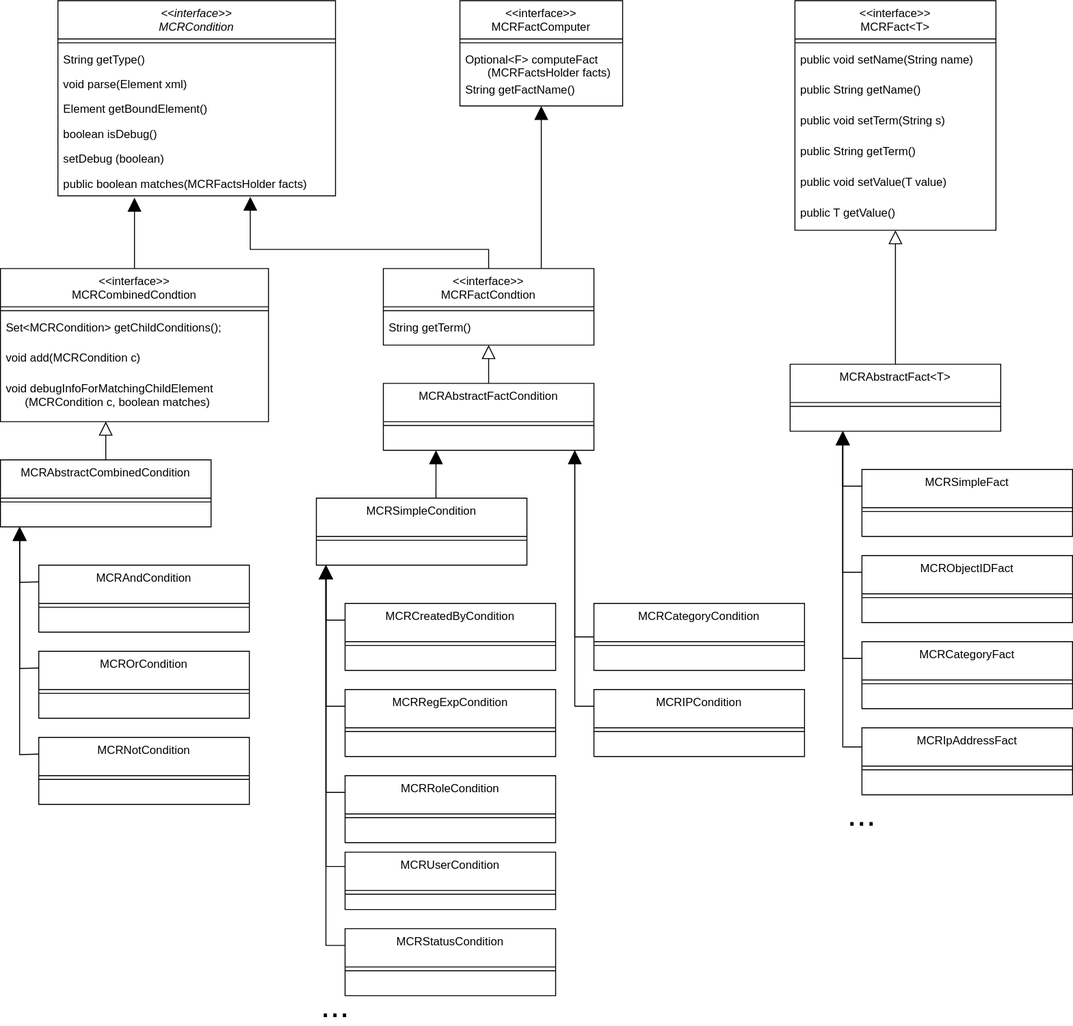
Earlier version of the draw.io export mycore.org/static/images/documentation/permissions/classdiagram_factbased_access_system.svg (MyCoRe-Org/mycore-website). Source tidied: cells renumbered, new cells last; positions are measured from the earlier drawing's top-left corner, leaving out a move shared by most shapes.
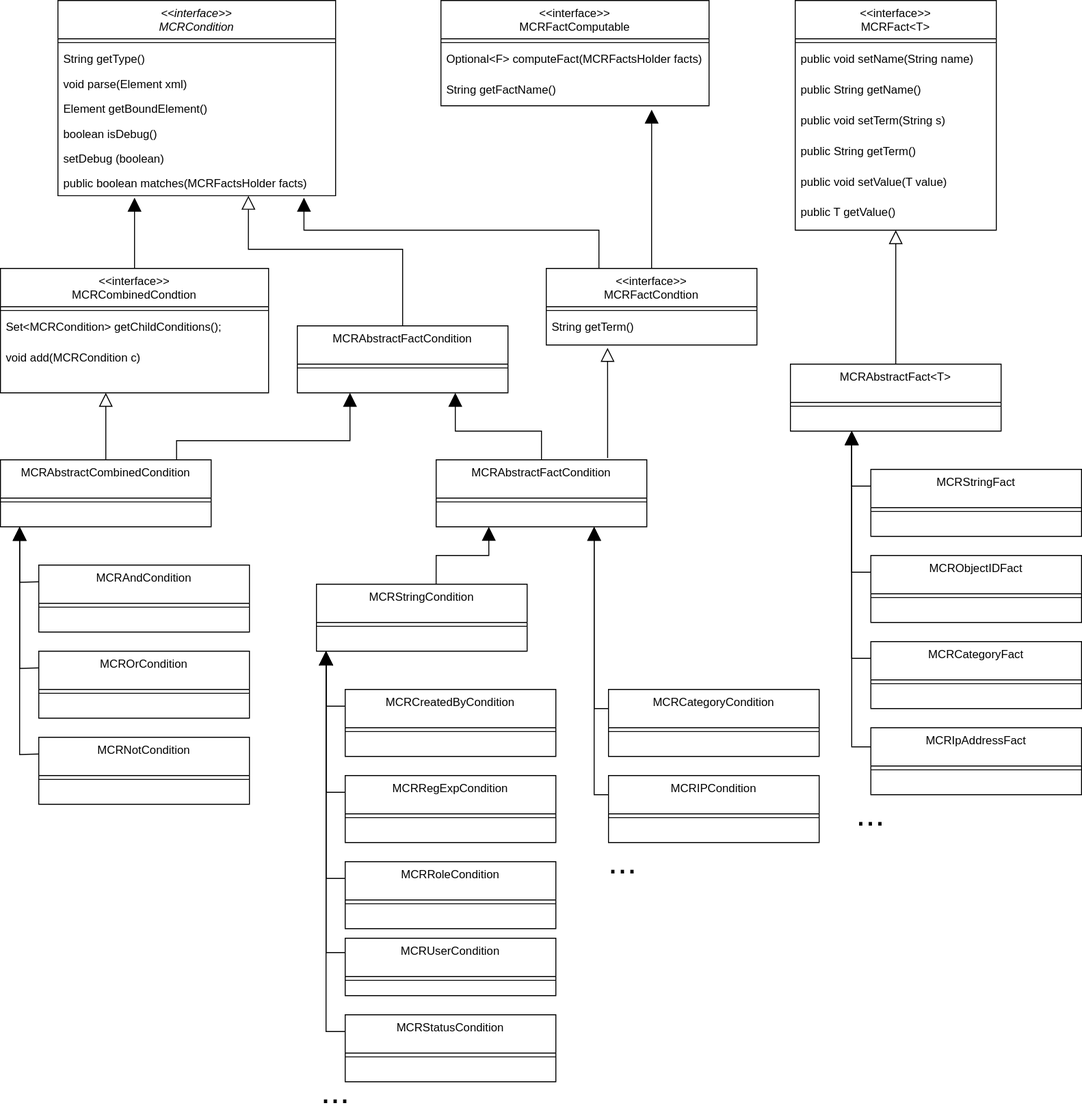
After the commit.

Commit message:
update class diagram for fact-based access system

Diff of the diagram source:
```diff
@@ -29,3 +29,3 @@
     <mxCell id="10" value="&lt;&lt;interface&gt;&gt;&#10;MCRCombinedCondtion&#10;" style="swimlane;fontStyle=0;align=center;verticalAlign=top;horizontal=1;startSize=40;rounded=0;shadow=0;strokeWidth=1;" parent="1" vertex="1">
-      <mxGeometry y="280" width="280" height="160" as="geometry" />
+      <mxGeometry y="280" width="280" height="130" as="geometry" />
     </mxCell>
@@ -40,5 +40,2 @@
     </mxCell>
-    <mxCell id="14" value="void debugInfoForMatchingChildElement&#10;      (MCRCondition c, boolean matches)&#10;" style="text;align=left;verticalAlign=top;spacingLeft=4;spacingRight=4;overflow=hidden;fontStyle=0;" parent="10" vertex="1">
-      <mxGeometry y="112" width="280" height="40" as="geometry" />
-    </mxCell>
     <mxCell id="15" style="endArrow=block;endSize=12;endFill=1;shadow=0;strokeWidth=1;rounded=0;edgeStyle=elbowEdgeStyle;elbow=vertical;exitX=0.5;exitY=0;exitDx=0;exitDy=0;" parent="1" edge="1" source="10">
@@ -51,5 +48,7 @@
     </mxCell>
-    <mxCell id="16" style="endArrow=block;endSize=12;endFill=1;shadow=0;strokeWidth=1;rounded=0;edgeStyle=elbowEdgeStyle;elbow=vertical;exitX=0.5;exitY=0;exitDx=0;exitDy=0;entryX=0.693;entryY=1.038;entryDx=0;entryDy=0;entryPerimeter=0;" parent="1" edge="1" source="17" target="9">
+    <mxCell id="16" style="endArrow=block;endSize=12;endFill=1;shadow=0;strokeWidth=1;rounded=0;edgeStyle=elbowEdgeStyle;elbow=vertical;exitX=0.25;exitY=0;exitDx=0;exitDy=0;entryX=0.886;entryY=1.077;entryDx=0;entryDy=0;entryPerimeter=0;" parent="1" edge="1" source="17" target="9">
       <mxGeometry relative="1" as="geometry">
         <Array as="points">
+          <mxPoint x="480" y="240" />
+          <mxPoint x="310" y="240" />
           <mxPoint x="330" y="260" />
@@ -59,3 +58,3 @@
     <mxCell id="17" value="&lt;&lt;interface&gt;&gt;&#10;MCRFactCondtion&#10;" style="swimlane;fontStyle=0;align=center;verticalAlign=top;horizontal=1;startSize=40;rounded=0;shadow=0;strokeWidth=1;" parent="1" vertex="1">
-      <mxGeometry x="400" y="280" width="220" height="80" as="geometry" />
+      <mxGeometry x="570" y="280" width="220" height="80" as="geometry" />
     </mxCell>
@@ -67,2 +66,10 @@
     </mxCell>
+    <mxCell id="89" style="edgeStyle=orthogonalEdgeStyle;rounded=0;jettySize=auto;html=1;entryX=0.25;entryY=1;entryDx=0;entryDy=0;endArrow=block;endFill=1;endSize=12;exitX=0.836;exitY=0;exitDx=0;exitDy=0;exitPerimeter=0;" parent="1" edge="1" source="20" target="94">
+      <mxGeometry relative="1" as="geometry">
+        <Array as="points">
+          <mxPoint x="184" y="460" />
+          <mxPoint x="365" y="460" />
+        </Array>
+      </mxGeometry>
+    </mxCell>
     <mxCell id="20" value="MCRAbstractCombinedCondition&#10;" style="swimlane;fontStyle=0;align=center;verticalAlign=top;horizontal=1;startSize=40;rounded=0;shadow=0;strokeWidth=1;" parent="1" vertex="1">
@@ -73,17 +80,20 @@
     </mxCell>
-    <mxCell id="22" value="&lt;&lt;interface&gt;&gt;&#10;MCRFactComputer&#10;" style="swimlane;fontStyle=0;align=center;verticalAlign=top;horizontal=1;startSize=40;rounded=0;shadow=0;strokeWidth=1;" parent="1" vertex="1">
-      <mxGeometry x="480" width="170" height="110" as="geometry" />
+    <mxCell id="22" value="&lt;&lt;interface&gt;&gt;&#10;MCRFactComputable&#10;" style="swimlane;fontStyle=0;align=center;verticalAlign=top;horizontal=1;startSize=40;rounded=0;shadow=0;strokeWidth=1;" parent="1" vertex="1">
+      <mxGeometry x="460" width="280" height="110" as="geometry" />
     </mxCell>
     <mxCell id="23" style="line;html=1;strokeWidth=1;align=left;verticalAlign=middle;spacingTop=-1;spacingLeft=3;spacingRight=3;labelPosition=right;" parent="22" vertex="1">
-      <mxGeometry y="40" width="170" height="8" as="geometry" />
+      <mxGeometry y="40" width="280" height="8" as="geometry" />
     </mxCell>
-    <mxCell id="24" value="Optional&lt;F&gt; computeFact&#10;       (MCRFactsHolder facts)" style="text;align=left;verticalAlign=top;spacingLeft=4;spacingRight=4;overflow=hidden;fontStyle=0;" parent="22" vertex="1">
-      <mxGeometry y="48" width="170" height="32" as="geometry" />
+    <mxCell id="24" value="Optional&lt;F&gt; computeFact(MCRFactsHolder facts)" style="text;align=left;verticalAlign=top;spacingLeft=4;spacingRight=4;overflow=hidden;fontStyle=0;" parent="22" vertex="1">
+      <mxGeometry y="48" width="280" height="32" as="geometry" />
     </mxCell>
     <mxCell id="25" value="String getFactName()" style="text;align=left;verticalAlign=top;spacingLeft=4;spacingRight=4;overflow=hidden;points=[[0,0.5],[1,0.5]];portConstraint=eastwest;fontStyle=0;" parent="22" vertex="1">
-      <mxGeometry y="80" width="170" height="30" as="geometry" />
+      <mxGeometry y="80" width="280" height="30" as="geometry" />
     </mxCell>
-    <mxCell id="26" style="endArrow=block;endSize=12;endFill=1;shadow=0;strokeWidth=1;rounded=0;edgeStyle=elbowEdgeStyle;elbow=vertical;entryX=0.5;entryY=1;entryDx=0;entryDy=0;exitX=0.75;exitY=0;exitDx=0;exitDy=0;" parent="1" edge="1" source="17" target="22">
+    <mxCell id="26" style="endArrow=block;endSize=12;endFill=1;shadow=0;strokeWidth=1;rounded=0;edgeStyle=elbowEdgeStyle;elbow=vertical;entryX=0.786;entryY=1.133;entryDx=0;entryDy=0;exitX=0.5;exitY=0;exitDx=0;exitDy=0;entryPerimeter=0;" parent="1" edge="1" source="17" target="25">
       <mxGeometry relative="1" as="geometry">
         <Array as="points">
+          <mxPoint x="630" y="190" />
+          <mxPoint x="600" y="190" />
+          <mxPoint x="600" y="190" />
           <mxPoint x="440" y="260" />
@@ -120,3 +130,3 @@
       <mxGeometry relative="1" as="geometry">
-        <mxPoint x="110" y="440" as="targetPoint" />
+        <mxPoint x="110" y="410" as="targetPoint" />
       </mxGeometry>
@@ -139,4 +149,7 @@
     </mxCell>
+    <mxCell id="90" style="edgeStyle=orthogonalEdgeStyle;rounded=0;jettySize=auto;html=1;entryX=0.75;entryY=1;entryDx=0;entryDy=0;endArrow=block;endFill=1;endSize=12;" parent="1" edge="1" source="37" target="94">
+      <mxGeometry relative="1" as="geometry" />
+    </mxCell>
     <mxCell id="37" value="MCRAbstractFactCondition&#10;" style="swimlane;fontStyle=0;align=center;verticalAlign=top;horizontal=1;startSize=40;rounded=0;shadow=0;strokeWidth=1;" parent="1" vertex="1">
-      <mxGeometry x="400" y="400" width="220" height="70" as="geometry" />
+      <mxGeometry x="455" y="480" width="220" height="70" as="geometry" />
     </mxCell>
@@ -145,10 +158,15 @@
     </mxCell>
-    <mxCell id="39" style="endArrow=block;endSize=12;endFill=0;shadow=0;strokeWidth=1;rounded=0;edgeStyle=elbowEdgeStyle;elbow=vertical;entryX=0.5;entryY=1;entryDx=0;entryDy=0;exitX=0.5;exitY=0;exitDx=0;exitDy=0;" parent="1" edge="1" source="37" target="17">
+    <mxCell id="39" style="endArrow=block;endSize=12;endFill=0;shadow=0;strokeWidth=1;rounded=0;edgeStyle=elbowEdgeStyle;elbow=vertical;entryX=0.291;entryY=1.094;entryDx=0;entryDy=0;exitX=0.814;exitY=-0.029;exitDx=0;exitDy=0;exitPerimeter=0;entryPerimeter=0;" parent="1" edge="1" source="37" target="19">
       <mxGeometry relative="1" as="geometry" />
     </mxCell>
-    <mxCell id="40" style="edgeStyle=orthogonalEdgeStyle;rounded=0;jettySize=auto;html=1;endArrow=block;endFill=1;entryX=0.25;entryY=1;entryDx=0;entryDy=0;exitX=0.568;exitY=0;exitDx=0;exitDy=0;exitPerimeter=0;endSize=12;" parent="1" edge="1" source="41" target="37">
-      <mxGeometry relative="1" as="geometry" />
+    <mxCell id="40" style="edgeStyle=orthogonalEdgeStyle;rounded=0;jettySize=auto;html=1;endArrow=block;endFill=1;exitX=0.568;exitY=0;exitDx=0;exitDy=0;exitPerimeter=0;endSize=12;entryX=0.25;entryY=1;entryDx=0;entryDy=0;" parent="1" edge="1" source="41" target="37">
+      <mxGeometry relative="1" as="geometry">
+        <Array as="points">
+          <mxPoint x="455" y="580" />
+          <mxPoint x="510" y="580" />
+        </Array>
+      </mxGeometry>
     </mxCell>
-    <mxCell id="41" value="MCRSimpleCondition" style="swimlane;fontStyle=0;align=center;verticalAlign=top;horizontal=1;startSize=40;rounded=0;shadow=0;strokeWidth=1;" parent="1" vertex="1">
-      <mxGeometry x="330" y="520" width="220" height="70" as="geometry" />
+    <mxCell id="41" value="MCRStringCondition" style="swimlane;fontStyle=0;align=center;verticalAlign=top;horizontal=1;startSize=40;rounded=0;shadow=0;strokeWidth=1;" parent="1" vertex="1">
+      <mxGeometry x="330" y="610" width="220" height="70" as="geometry" />
     </mxCell>
@@ -157,9 +175,11 @@
     </mxCell>
-    <mxCell id="43" style="edgeStyle=orthogonalEdgeStyle;rounded=0;jettySize=auto;html=1;endArrow=block;endFill=1;endSize=10;" parent="1" edge="1" source="44">
-      <mxGeometry relative="1" as="geometry">
-        <mxPoint x="600" y="470" as="targetPoint" />
-      </mxGeometry>
-    </mxCell>
+    <mxCell id="91" style="edgeStyle=orthogonalEdgeStyle;rounded=0;jettySize=auto;html=1;entryX=0.75;entryY=1;entryDx=0;entryDy=0;endArrow=block;endFill=0;endSize=12;" parent="1" edge="1" source="44" target="37">
+      <mxGeometry relative="1" as="geometry">
+        <Array as="points">
+          <mxPoint x="620" y="740" />
+        </Array>
+      </mxGeometry>
+    </mxCell>
     <mxCell id="44" value="MCRCategoryCondition" style="swimlane;fontStyle=0;align=center;verticalAlign=top;horizontal=1;startSize=40;rounded=0;shadow=0;strokeWidth=1;" parent="1" vertex="1">
-      <mxGeometry x="620" y="630" width="220" height="70" as="geometry" />
+      <mxGeometry x="635" y="720" width="220" height="70" as="geometry" />
     </mxCell>
@@ -168,9 +188,12 @@
     </mxCell>
-    <mxCell id="46" style="edgeStyle=orthogonalEdgeStyle;rounded=0;jettySize=auto;html=1;endArrow=block;endFill=1;exitX=0;exitY=0.25;exitDx=0;exitDy=0;endSize=12;" parent="1" edge="1" source="47">
-      <mxGeometry relative="1" as="geometry">
-        <mxPoint x="600" y="470" as="targetPoint" />
-      </mxGeometry>
-    </mxCell>
+    <mxCell id="92" style="edgeStyle=orthogonalEdgeStyle;rounded=0;jettySize=auto;html=1;endArrow=block;endFill=1;endSize=12;" parent="1" edge="1" source="47">
+      <mxGeometry relative="1" as="geometry">
+        <mxPoint x="620" y="550" as="targetPoint" />
+        <Array as="points">
+          <mxPoint x="620" y="830" />
+        </Array>
+      </mxGeometry>
+    </mxCell>
     <mxCell id="47" value="MCRIPCondition" style="swimlane;fontStyle=0;align=center;verticalAlign=top;horizontal=1;startSize=40;rounded=0;shadow=0;strokeWidth=1;" parent="1" vertex="1">
-      <mxGeometry x="620" y="720" width="220" height="70" as="geometry" />
+      <mxGeometry x="635" y="810" width="220" height="70" as="geometry" />
     </mxCell>
@@ -181,3 +204,3 @@
       <mxGeometry relative="1" as="geometry">
-        <mxPoint x="340" y="590" as="targetPoint" />
+        <mxPoint x="340" y="680" as="targetPoint" />
       </mxGeometry>
@@ -185,3 +208,3 @@
     <mxCell id="50" value="MCRCreatedByCondition" style="swimlane;fontStyle=0;align=center;verticalAlign=top;horizontal=1;startSize=40;rounded=0;shadow=0;strokeWidth=1;" parent="1" vertex="1">
-      <mxGeometry x="360" y="630" width="220" height="70" as="geometry" />
+      <mxGeometry x="360" y="720" width="220" height="70" as="geometry" />
     </mxCell>
@@ -191,3 +214,3 @@
     <mxCell id="52" value="MCRRegExpCondition" style="swimlane;fontStyle=0;align=center;verticalAlign=top;horizontal=1;startSize=40;rounded=0;shadow=0;strokeWidth=1;" parent="1" vertex="1">
-      <mxGeometry x="360" y="720" width="220" height="70" as="geometry" />
+      <mxGeometry x="360" y="810" width="220" height="70" as="geometry" />
     </mxCell>
@@ -197,3 +220,3 @@
     <mxCell id="54" value="MCRRoleCondition" style="swimlane;fontStyle=0;align=center;verticalAlign=top;horizontal=1;startSize=40;rounded=0;shadow=0;strokeWidth=1;" parent="1" vertex="1">
-      <mxGeometry x="360" y="810" width="220" height="70" as="geometry" />
+      <mxGeometry x="360" y="900" width="220" height="70" as="geometry" />
     </mxCell>
@@ -203,3 +226,3 @@
     <mxCell id="56" value="MCRStatusCondition" style="swimlane;fontStyle=0;align=center;verticalAlign=top;horizontal=1;startSize=40;rounded=0;shadow=0;strokeWidth=1;" parent="1" vertex="1">
-      <mxGeometry x="360" y="970" width="220" height="70" as="geometry" />
+      <mxGeometry x="360" y="1060" width="220" height="70" as="geometry" />
     </mxCell>
@@ -209,3 +232,3 @@
     <mxCell id="58" value="MCRUserCondition" style="swimlane;fontStyle=0;align=center;verticalAlign=top;horizontal=1;startSize=40;rounded=0;shadow=0;strokeWidth=1;" parent="1" vertex="1">
-      <mxGeometry x="360" y="890" width="220" height="60" as="geometry" />
+      <mxGeometry x="360" y="980" width="220" height="60" as="geometry" />
     </mxCell>
@@ -216,3 +239,3 @@
       <mxGeometry relative="1" as="geometry">
-        <mxPoint x="340" y="590" as="targetPoint" />
+        <mxPoint x="340" y="680" as="targetPoint" />
       </mxGeometry>
@@ -221,3 +244,3 @@
       <mxGeometry relative="1" as="geometry">
-        <mxPoint x="340" y="590" as="targetPoint" />
+        <mxPoint x="340" y="680" as="targetPoint" />
       </mxGeometry>
@@ -226,3 +249,3 @@
       <mxGeometry relative="1" as="geometry">
-        <mxPoint x="340" y="590" as="targetPoint" />
+        <mxPoint x="340" y="680" as="targetPoint" />
       </mxGeometry>
@@ -231,3 +254,3 @@
       <mxGeometry relative="1" as="geometry">
-        <mxPoint x="340" y="590" as="targetPoint" />
+        <mxPoint x="340" y="680" as="targetPoint" />
       </mxGeometry>
@@ -272,4 +295,4 @@
     </mxCell>
-    <mxCell id="75" value="MCRSimpleFact" style="swimlane;fontStyle=0;align=center;verticalAlign=top;horizontal=1;startSize=40;rounded=0;shadow=0;strokeWidth=1;" parent="1" vertex="1">
-      <mxGeometry x="900" y="490" width="220" height="70" as="geometry" />
+    <mxCell id="75" value="MCRStringFact" style="swimlane;fontStyle=0;align=center;verticalAlign=top;horizontal=1;startSize=40;rounded=0;shadow=0;strokeWidth=1;" parent="1" vertex="1">
+      <mxGeometry x="909" y="490" width="220" height="70" as="geometry" />
     </mxCell>
@@ -279,3 +302,3 @@
     <mxCell id="77" value="MCRCategoryFact" style="swimlane;fontStyle=0;align=center;verticalAlign=top;horizontal=1;startSize=40;rounded=0;shadow=0;strokeWidth=1;" parent="1" vertex="1">
-      <mxGeometry x="900" y="670" width="220" height="70" as="geometry" />
+      <mxGeometry x="909" y="670" width="220" height="70" as="geometry" />
     </mxCell>
@@ -285,3 +308,3 @@
     <mxCell id="79" value="MCRObjectIDFact" style="swimlane;fontStyle=0;align=center;verticalAlign=top;horizontal=1;startSize=40;rounded=0;shadow=0;strokeWidth=1;" parent="1" vertex="1">
-      <mxGeometry x="900" y="580" width="220" height="70" as="geometry" />
+      <mxGeometry x="909" y="580" width="220" height="70" as="geometry" />
     </mxCell>
@@ -290,15 +313,22 @@
     </mxCell>
-    <mxCell id="81" style="edgeStyle=orthogonalEdgeStyle;rounded=0;jettySize=auto;html=1;endArrow=block;endFill=1;exitX=0;exitY=0.25;exitDx=0;exitDy=0;entryX=0.25;entryY=1;entryDx=0;entryDy=0;endSize=12;" parent="1" edge="1" source="75" target="72">
-      <mxGeometry relative="1" as="geometry" />
+    <mxCell id="81" style="edgeStyle=orthogonalEdgeStyle;rounded=0;jettySize=auto;html=1;endArrow=block;endFill=1;exitX=0;exitY=0.25;exitDx=0;exitDy=0;entryX=0.25;entryY=1;entryDx=0;entryDy=0;endSize=12;" parent="1" edge="1" source="75">
+      <mxGeometry relative="1" as="geometry">
+        <mxPoint x="889" y="450" as="targetPoint" />
+      </mxGeometry>
     </mxCell>
-    <mxCell id="82" style="edgeStyle=orthogonalEdgeStyle;rounded=0;jettySize=auto;html=1;endArrow=block;endFill=1;exitX=0;exitY=0.25;exitDx=0;exitDy=0;entryX=0.25;entryY=1;entryDx=0;entryDy=0;endSize=12;" parent="1" edge="1" source="79" target="72">
-      <mxGeometry relative="1" as="geometry" />
+    <mxCell id="82" style="edgeStyle=orthogonalEdgeStyle;rounded=0;jettySize=auto;html=1;endArrow=block;endFill=1;exitX=0;exitY=0.25;exitDx=0;exitDy=0;entryX=0.25;entryY=1;entryDx=0;entryDy=0;endSize=12;" parent="1" edge="1" source="79">
+      <mxGeometry relative="1" as="geometry">
+        <mxPoint x="889" y="450" as="targetPoint" />
+      </mxGeometry>
     </mxCell>
-    <mxCell id="83" style="edgeStyle=orthogonalEdgeStyle;rounded=0;jettySize=auto;html=1;endArrow=block;endFill=1;exitX=0;exitY=0.25;exitDx=0;exitDy=0;entryX=0.25;entryY=1;entryDx=0;entryDy=0;endSize=12;" parent="1" edge="1" source="77" target="72">
-      <mxGeometry relative="1" as="geometry" />
+    <mxCell id="83" style="edgeStyle=orthogonalEdgeStyle;rounded=0;jettySize=auto;html=1;endArrow=block;endFill=1;exitX=0;exitY=0.25;exitDx=0;exitDy=0;entryX=0.25;entryY=1;entryDx=0;entryDy=0;endSize=12;" parent="1" edge="1" source="77">
+      <mxGeometry relative="1" as="geometry">
+        <mxPoint x="889" y="450" as="targetPoint" />
+      </mxGeometry>
     </mxCell>
-    <mxCell id="84" style="edgeStyle=orthogonalEdgeStyle;rounded=0;jettySize=auto;html=1;entryX=0.25;entryY=1;entryDx=0;entryDy=0;endSize=12;endArrow=block;endFill=1;" parent="1" edge="1" source="85" target="72">
+    <mxCell id="84" style="edgeStyle=orthogonalEdgeStyle;rounded=0;jettySize=auto;html=1;entryX=0.25;entryY=1;entryDx=0;entryDy=0;endSize=12;endArrow=block;endFill=1;" parent="1" edge="1" source="85">
       <mxGeometry relative="1" as="geometry">
+        <mxPoint x="889" y="450" as="targetPoint" />
         <Array as="points">
-          <mxPoint x="880" y="780" />
+          <mxPoint x="889" y="780" />
         </Array>
@@ -307,3 +337,3 @@
     <mxCell id="85" value="MCRIpAddressFact" style="swimlane;fontStyle=0;align=center;verticalAlign=top;horizontal=1;startSize=40;rounded=0;shadow=0;strokeWidth=1;" parent="1" vertex="1">
-      <mxGeometry x="900" y="760" width="220" height="70" as="geometry" />
+      <mxGeometry x="909" y="760" width="220" height="70" as="geometry" />
     </mxCell>
@@ -313,7 +343,24 @@
     <mxCell id="87" value="&lt;font style=&quot;font-size: 36px&quot;&gt;...&lt;/font&gt;" style="text;html=1;strokeColor=none;fillColor=none;align=center;verticalAlign=middle;whiteSpace=wrap;rounded=0;" parent="1" vertex="1">
-      <mxGeometry x="330" y="1040" width="40" height="20" as="geometry" />
+      <mxGeometry x="330" y="1130" width="40" height="20" as="geometry" />
     </mxCell>
     <mxCell id="88" value="&lt;font style=&quot;font-size: 36px&quot;&gt;...&lt;/font&gt;" style="text;html=1;strokeColor=none;fillColor=none;align=center;verticalAlign=middle;whiteSpace=wrap;rounded=0;" parent="1" vertex="1">
-      <mxGeometry x="880" y="840" width="40" height="20" as="geometry" />
+      <mxGeometry x="889" y="840" width="40" height="20" as="geometry" />
     </mxCell>
+    <mxCell id="93" style="edgeStyle=orthogonalEdgeStyle;rounded=0;jettySize=auto;html=1;entryX=0.686;entryY=1;entryDx=0;entryDy=0;entryPerimeter=0;endArrow=block;endFill=0;endSize=12;" parent="1" edge="1" source="94" target="9">
+      <mxGeometry relative="1" as="geometry">
+        <Array as="points">
+          <mxPoint x="420" y="260" />
+          <mxPoint x="259" y="260" />
+        </Array>
+      </mxGeometry>
+    </mxCell>
+    <mxCell id="94" value="MCRAbstractFactCondition&#10;" style="swimlane;fontStyle=0;align=center;verticalAlign=top;horizontal=1;startSize=40;rounded=0;shadow=0;strokeWidth=1;" parent="1" vertex="1">
+      <mxGeometry x="310" y="340" width="220" height="70" as="geometry" />
+    </mxCell>
+    <mxCell id="95" style="line;html=1;strokeWidth=1;align=left;verticalAlign=middle;spacingTop=-1;spacingLeft=3;spacingRight=3;labelPosition=right;" parent="94" vertex="1">
+      <mxGeometry y="40" width="220" height="8" as="geometry" />
+    </mxCell>
+    <mxCell id="96" value="&lt;font style=&quot;font-size: 36px&quot;&gt;...&lt;/font&gt;" style="text;html=1;strokeColor=none;fillColor=none;align=center;verticalAlign=middle;whiteSpace=wrap;rounded=0;" parent="1" vertex="1">
+      <mxGeometry x="630" y="890" width="40" height="20" as="geometry" />
+    </mxCell>
   </root>
```
